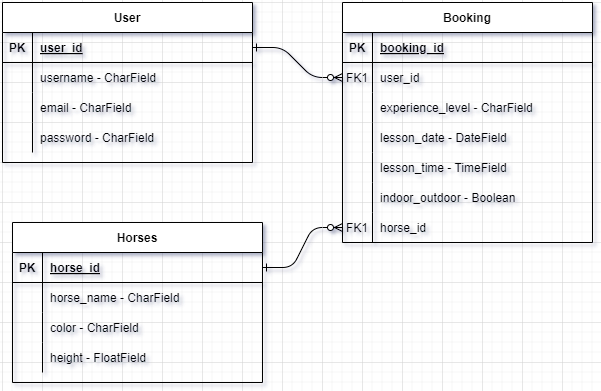
Before: documentation/images/PP4_ERD.png, a diagram exported from draw.io (Soro82/book-horse-riding-lesson). Source tidied: cells renumbered, new cells last; positions are measured from the earlier drawing's top-left corner, leaving out a move shared by most shapes. The source it was exported from:
```xml
<mxGraphModel>
  <root>
    <mxCell id="0" />
    <mxCell id="1" parent="0" />
    <mxCell id="2" style="edgeStyle=entityRelationEdgeStyle;endArrow=ERzeroToMany;startArrow=ERone;endFill=1;startFill=0;entryX=0;entryY=0.5;entryDx=0;entryDy=0;" parent="1" edge="1" source="26" target="7">
      <mxGeometry relative="1" as="geometry" />
    </mxCell>
    <mxCell id="3" value="Booking" style="shape=table;startSize=30;rowLines=0;fontStyle=1;align=center;" parent="1" vertex="1">
      <mxGeometry x="340" width="250" height="240" as="geometry" />
    </mxCell>
    <mxCell id="4" style="shape=partialRectangle;fillColor=none;top=0;left=0;right=0;bottom=1;" parent="3" vertex="1">
      <mxGeometry y="30" width="250" height="30" as="geometry" />
    </mxCell>
    <mxCell id="5" value="PK" style="shape=partialRectangle;overflow=hidden;fillColor=none;top=0;left=0;bottom=0;right=0;fontStyle=1;" parent="4" vertex="1">
      <mxGeometry width="30" height="30" as="geometry" />
    </mxCell>
    <mxCell id="6" value="booking_id" style="shape=partialRectangle;overflow=hidden;fillColor=none;top=0;left=0;bottom=0;right=0;align=left;spacingLeft=6;fontStyle=5;" parent="4" vertex="1">
      <mxGeometry x="30" width="220" height="30" as="geometry" />
    </mxCell>
    <mxCell id="7" style="shape=partialRectangle;fillColor=none;points=[[0,0.5],[1,0.5]];portConstraint=eastwest;top=0;left=0;right=0;bottom=0;" parent="3" vertex="1">
      <mxGeometry y="60" width="250" height="30" as="geometry" />
    </mxCell>
    <mxCell id="8" value="FK1" style="shape=partialRectangle;overflow=hidden;fillColor=none;top=0;left=0;bottom=0;right=0;" parent="7" vertex="1">
      <mxGeometry width="30" height="30" as="geometry" />
    </mxCell>
    <mxCell id="9" value="user_id" style="shape=partialRectangle;overflow=hidden;fillColor=none;top=0;left=0;bottom=0;right=0;align=left;spacingLeft=6;" parent="7" vertex="1">
      <mxGeometry x="30" width="220" height="30" as="geometry" />
    </mxCell>
    <mxCell id="10" style="shape=partialRectangle;fillColor=none;top=0;left=0;right=0;bottom=0;" parent="3" vertex="1">
      <mxGeometry y="90" width="250" height="30" as="geometry" />
    </mxCell>
    <mxCell id="11" style="shape=partialRectangle;overflow=hidden;fillColor=none;top=0;left=0;bottom=0;right=0;" parent="10" vertex="1">
      <mxGeometry width="30" height="30" as="geometry" />
    </mxCell>
    <mxCell id="12" value="experience_level - CharField" style="shape=partialRectangle;overflow=hidden;fillColor=none;top=0;left=0;bottom=0;right=0;align=left;spacingLeft=6;" parent="10" vertex="1">
      <mxGeometry x="30" width="220" height="30" as="geometry" />
    </mxCell>
    <mxCell id="13" style="shape=partialRectangle;fillColor=none;top=0;left=0;right=0;bottom=0;" parent="3" vertex="1">
      <mxGeometry y="120" width="250" height="30" as="geometry" />
    </mxCell>
    <mxCell id="14" style="shape=partialRectangle;overflow=hidden;fillColor=none;top=0;left=0;bottom=0;right=0;" parent="13" vertex="1">
      <mxGeometry width="30" height="30" as="geometry" />
    </mxCell>
    <mxCell id="15" value="lesson_date - DateField" style="shape=partialRectangle;overflow=hidden;fillColor=none;top=0;left=0;bottom=0;right=0;align=left;spacingLeft=6;" parent="13" vertex="1">
      <mxGeometry x="30" width="220" height="30" as="geometry" />
    </mxCell>
    <mxCell id="16" style="shape=partialRectangle;fillColor=none;top=0;left=0;right=0;bottom=0;" parent="3" vertex="1">
      <mxGeometry y="150" width="250" height="30" as="geometry" />
    </mxCell>
    <mxCell id="17" style="shape=partialRectangle;overflow=hidden;fillColor=none;top=0;left=0;bottom=0;right=0;" parent="16" vertex="1">
      <mxGeometry width="30" height="30" as="geometry" />
    </mxCell>
    <mxCell id="18" value="lesson_time - TimeField" style="shape=partialRectangle;overflow=hidden;fillColor=none;top=0;left=0;bottom=0;right=0;align=left;spacingLeft=6;" parent="16" vertex="1">
      <mxGeometry x="30" width="220" height="30" as="geometry" />
    </mxCell>
    <mxCell id="19" style="shape=partialRectangle;fillColor=none;top=0;left=0;right=0;bottom=0;" parent="3" vertex="1">
      <mxGeometry y="180" width="250" height="30" as="geometry" />
    </mxCell>
    <mxCell id="20" style="shape=partialRectangle;overflow=hidden;fillColor=none;top=0;left=0;bottom=0;right=0;" parent="19" vertex="1">
      <mxGeometry width="30" height="30" as="geometry" />
    </mxCell>
    <mxCell id="21" value="indoor_outdoor - Boolean" style="shape=partialRectangle;overflow=hidden;fillColor=none;top=0;left=0;bottom=0;right=0;align=left;spacingLeft=6;" parent="19" vertex="1">
      <mxGeometry x="30" width="220" height="30" as="geometry" />
    </mxCell>
    <mxCell id="22" style="shape=partialRectangle;fillColor=none;points=[[0,0.5],[1,0.5]];portConstraint=eastwest;top=0;left=0;right=0;bottom=0;" parent="3" vertex="1">
      <mxGeometry y="210" width="250" height="30" as="geometry" />
    </mxCell>
    <mxCell id="23" value="FK1" style="shape=partialRectangle;overflow=hidden;fillColor=none;top=0;left=0;bottom=0;right=0;" parent="22" vertex="1">
      <mxGeometry width="30" height="30" as="geometry" />
    </mxCell>
    <mxCell id="24" value="horse_id" style="shape=partialRectangle;overflow=hidden;fillColor=none;top=0;left=0;bottom=0;right=0;align=left;spacingLeft=6;" parent="22" vertex="1">
      <mxGeometry x="30" width="220" height="30" as="geometry" />
    </mxCell>
    <mxCell id="25" value="User" style="shape=table;startSize=30;rowLines=0;fontStyle=1;align=center;" parent="1" vertex="1">
      <mxGeometry width="250" height="160" as="geometry" />
    </mxCell>
    <mxCell id="26" style="shape=partialRectangle;fillColor=none;points=[[0,0.5],[1,0.5]];portConstraint=eastwest;top=0;left=0;right=0;bottom=1;" parent="25" vertex="1">
      <mxGeometry y="30" width="250" height="30" as="geometry" />
    </mxCell>
    <mxCell id="27" value="PK" style="shape=partialRectangle;overflow=hidden;fillColor=none;top=0;left=0;bottom=0;right=0;fontStyle=1;" parent="26" vertex="1">
      <mxGeometry width="30" height="30" as="geometry" />
    </mxCell>
    <mxCell id="28" value="user_id" style="shape=partialRectangle;overflow=hidden;fillColor=none;top=0;left=0;bottom=0;right=0;align=left;spacingLeft=6;fontStyle=5;" parent="26" vertex="1">
      <mxGeometry x="30" width="220" height="30" as="geometry" />
    </mxCell>
    <mxCell id="29" style="shape=partialRectangle;fillColor=none;top=0;left=0;right=0;bottom=0;" parent="25" vertex="1">
      <mxGeometry y="60" width="250" height="30" as="geometry" />
    </mxCell>
    <mxCell id="30" style="shape=partialRectangle;overflow=hidden;fillColor=none;top=0;left=0;bottom=0;right=0;" parent="29" vertex="1">
      <mxGeometry width="30" height="30" as="geometry" />
    </mxCell>
    <mxCell id="31" value="username - CharField" style="shape=partialRectangle;overflow=hidden;fillColor=none;top=0;left=0;bottom=0;right=0;align=left;spacingLeft=6;" parent="29" vertex="1">
      <mxGeometry x="30" width="220" height="30" as="geometry" />
    </mxCell>
    <mxCell id="32" style="shape=partialRectangle;fillColor=none;top=0;left=0;right=0;bottom=0;" parent="25" vertex="1">
      <mxGeometry y="90" width="250" height="30" as="geometry" />
    </mxCell>
    <mxCell id="33" style="shape=partialRectangle;overflow=hidden;fillColor=none;top=0;left=0;bottom=0;right=0;" parent="32" vertex="1">
      <mxGeometry width="30" height="30" as="geometry" />
    </mxCell>
    <mxCell id="34" value="email - CharField" style="shape=partialRectangle;overflow=hidden;fillColor=none;top=0;left=0;bottom=0;right=0;align=left;spacingLeft=6;" parent="32" vertex="1">
      <mxGeometry x="30" width="220" height="30" as="geometry" />
    </mxCell>
    <mxCell id="35" style="shape=partialRectangle;fillColor=none;top=0;left=0;right=0;bottom=0;" parent="25" vertex="1">
      <mxGeometry y="120" width="250" height="30" as="geometry" />
    </mxCell>
    <mxCell id="36" style="shape=partialRectangle;overflow=hidden;fillColor=none;top=0;left=0;bottom=0;right=0;" parent="35" vertex="1">
      <mxGeometry width="30" height="30" as="geometry" />
    </mxCell>
    <mxCell id="37" value="password - CharField" style="shape=partialRectangle;overflow=hidden;fillColor=none;top=0;left=0;bottom=0;right=0;align=left;spacingLeft=6;" parent="35" vertex="1">
      <mxGeometry x="30" width="220" height="30" as="geometry" />
    </mxCell>
    <mxCell id="38" value="Horses" style="shape=table;startSize=30;rowLines=0;fontStyle=1;align=center;" parent="1" vertex="1">
      <mxGeometry x="10" y="220" width="250" height="160" as="geometry" />
    </mxCell>
    <mxCell id="39" style="shape=partialRectangle;fillColor=none;points=[[0,0.5],[1,0.5]];portConstraint=eastwest;top=0;left=0;right=0;bottom=1;" parent="38" vertex="1">
      <mxGeometry y="30" width="250" height="30" as="geometry" />
    </mxCell>
    <mxCell id="40" value="PK" style="shape=partialRectangle;overflow=hidden;fillColor=none;top=0;left=0;bottom=0;right=0;fontStyle=1;" parent="39" vertex="1">
      <mxGeometry width="30" height="30" as="geometry" />
    </mxCell>
    <mxCell id="41" value="horse_id" style="shape=partialRectangle;overflow=hidden;fillColor=none;top=0;left=0;bottom=0;right=0;align=left;spacingLeft=6;fontStyle=5;" parent="39" vertex="1">
      <mxGeometry x="30" width="220" height="30" as="geometry" />
    </mxCell>
    <mxCell id="42" style="shape=partialRectangle;fillColor=none;top=0;left=0;right=0;bottom=0;" parent="38" vertex="1">
      <mxGeometry y="60" width="250" height="30" as="geometry" />
    </mxCell>
    <mxCell id="43" style="shape=partialRectangle;overflow=hidden;fillColor=none;top=0;left=0;bottom=0;right=0;" parent="42" vertex="1">
      <mxGeometry width="30" height="30" as="geometry" />
    </mxCell>
    <mxCell id="44" value="horse_name - CharField" style="shape=partialRectangle;overflow=hidden;fillColor=none;top=0;left=0;bottom=0;right=0;align=left;spacingLeft=6;" parent="42" vertex="1">
      <mxGeometry x="30" width="220" height="30" as="geometry" />
    </mxCell>
    <mxCell id="45" style="shape=partialRectangle;fillColor=none;top=0;left=0;right=0;bottom=0;" parent="38" vertex="1">
      <mxGeometry y="90" width="250" height="30" as="geometry" />
    </mxCell>
    <mxCell id="46" style="shape=partialRectangle;overflow=hidden;fillColor=none;top=0;left=0;bottom=0;right=0;" parent="45" vertex="1">
      <mxGeometry width="30" height="30" as="geometry" />
    </mxCell>
    <mxCell id="47" value="color - CharField" style="shape=partialRectangle;overflow=hidden;fillColor=none;top=0;left=0;bottom=0;right=0;align=left;spacingLeft=6;" parent="45" vertex="1">
      <mxGeometry x="30" width="220" height="30" as="geometry" />
    </mxCell>
    <mxCell id="48" style="shape=partialRectangle;fillColor=none;top=0;left=0;right=0;bottom=0;" parent="38" vertex="1">
      <mxGeometry y="120" width="250" height="30" as="geometry" />
    </mxCell>
    <mxCell id="49" style="shape=partialRectangle;overflow=hidden;fillColor=none;top=0;left=0;bottom=0;right=0;" parent="48" vertex="1">
      <mxGeometry width="30" height="30" as="geometry" />
    </mxCell>
    <mxCell id="50" value="height - FloatField" style="shape=partialRectangle;overflow=hidden;fillColor=none;top=0;left=0;bottom=0;right=0;align=left;spacingLeft=6;" parent="48" vertex="1">
      <mxGeometry x="30" width="220" height="30" as="geometry" />
    </mxCell>
    <mxCell id="51" style="edgeStyle=entityRelationEdgeStyle;endArrow=ERzeroToMany;startArrow=ERone;endFill=1;startFill=0;entryX=0;entryY=0.5;entryDx=0;entryDy=0;exitX=1;exitY=0.5;exitDx=0;exitDy=0;" parent="1" edge="1" source="39" target="22">
      <mxGeometry relative="1" as="geometry">
        <Array as="points">
          <mxPoint x="290" y="385" />
        </Array>
      </mxGeometry>
    </mxCell>
  </root>
</mxGraphModel>
```
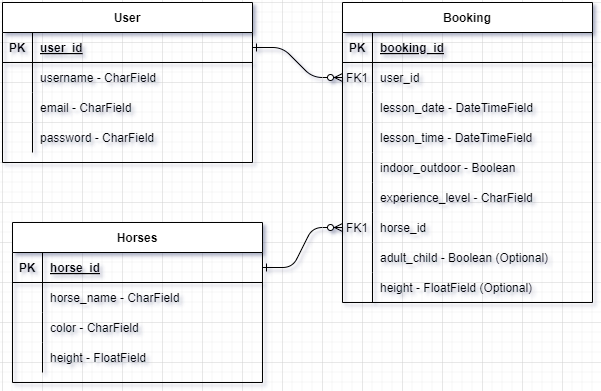
The same diagram one commit later.

Change to the diagram source:
```diff
@@ -6,7 +6,7 @@
       <mxGeometry relative="1" as="geometry" />
     </mxCell>
     <mxCell id="3" value="Booking" style="shape=table;startSize=30;rowLines=0;fontStyle=1;align=center;" parent="1" vertex="1">
-      <mxGeometry x="340" width="250" height="240" as="geometry" />
+      <mxGeometry x="340" width="250" height="300" as="geometry" />
     </mxCell>
     <mxCell id="4" style="shape=partialRectangle;fillColor=none;top=0;left=0;right=0;bottom=1;" parent="3" vertex="1">
       <mxGeometry y="30" width="250" height="30" as="geometry" />
@@ -32,7 +32,7 @@
     <mxCell id="11" style="shape=partialRectangle;overflow=hidden;fillColor=none;top=0;left=0;bottom=0;right=0;" parent="10" vertex="1">
       <mxGeometry width="30" height="30" as="geometry" />
     </mxCell>
-    <mxCell id="12" value="experience_level - CharField" style="shape=partialRectangle;overflow=hidden;fillColor=none;top=0;left=0;bottom=0;right=0;align=left;spacingLeft=6;" parent="10" vertex="1">
+    <mxCell id="12" value="lesson_date - DateTimeField" style="shape=partialRectangle;overflow=hidden;fillColor=none;top=0;left=0;bottom=0;right=0;align=left;spacingLeft=6;" parent="10" vertex="1">
       <mxGeometry x="30" width="220" height="30" as="geometry" />
     </mxCell>
     <mxCell id="13" style="shape=partialRectangle;fillColor=none;top=0;left=0;right=0;bottom=0;" parent="3" vertex="1">
@@ -41,7 +41,7 @@
     <mxCell id="14" style="shape=partialRectangle;overflow=hidden;fillColor=none;top=0;left=0;bottom=0;right=0;" parent="13" vertex="1">
       <mxGeometry width="30" height="30" as="geometry" />
     </mxCell>
-    <mxCell id="15" value="lesson_date - DateField" style="shape=partialRectangle;overflow=hidden;fillColor=none;top=0;left=0;bottom=0;right=0;align=left;spacingLeft=6;" parent="13" vertex="1">
+    <mxCell id="15" value="lesson_time - DateTimeField" style="shape=partialRectangle;overflow=hidden;fillColor=none;top=0;left=0;bottom=0;right=0;align=left;spacingLeft=6;" parent="13" vertex="1">
       <mxGeometry x="30" width="220" height="30" as="geometry" />
     </mxCell>
     <mxCell id="16" style="shape=partialRectangle;fillColor=none;top=0;left=0;right=0;bottom=0;" parent="3" vertex="1">
@@ -50,7 +50,7 @@
     <mxCell id="17" style="shape=partialRectangle;overflow=hidden;fillColor=none;top=0;left=0;bottom=0;right=0;" parent="16" vertex="1">
       <mxGeometry width="30" height="30" as="geometry" />
     </mxCell>
-    <mxCell id="18" value="lesson_time - TimeField" style="shape=partialRectangle;overflow=hidden;fillColor=none;top=0;left=0;bottom=0;right=0;align=left;spacingLeft=6;" parent="16" vertex="1">
+    <mxCell id="18" value="indoor_outdoor - Boolean" style="shape=partialRectangle;overflow=hidden;fillColor=none;top=0;left=0;bottom=0;right=0;align=left;spacingLeft=6;" parent="16" vertex="1">
       <mxGeometry x="30" width="220" height="30" as="geometry" />
     </mxCell>
     <mxCell id="19" style="shape=partialRectangle;fillColor=none;top=0;left=0;right=0;bottom=0;" parent="3" vertex="1">
@@ -59,7 +59,7 @@
     <mxCell id="20" style="shape=partialRectangle;overflow=hidden;fillColor=none;top=0;left=0;bottom=0;right=0;" parent="19" vertex="1">
       <mxGeometry width="30" height="30" as="geometry" />
     </mxCell>
-    <mxCell id="21" value="indoor_outdoor - Boolean" style="shape=partialRectangle;overflow=hidden;fillColor=none;top=0;left=0;bottom=0;right=0;align=left;spacingLeft=6;" parent="19" vertex="1">
+    <mxCell id="21" value="experience_level - CharField" style="shape=partialRectangle;overflow=hidden;fillColor=none;top=0;left=0;bottom=0;right=0;align=left;spacingLeft=6;" parent="19" vertex="1">
       <mxGeometry x="30" width="220" height="30" as="geometry" />
     </mxCell>
     <mxCell id="22" style="shape=partialRectangle;fillColor=none;points=[[0,0.5],[1,0.5]];portConstraint=eastwest;top=0;left=0;right=0;bottom=0;" parent="3" vertex="1">
@@ -71,6 +71,24 @@
     <mxCell id="24" value="horse_id" style="shape=partialRectangle;overflow=hidden;fillColor=none;top=0;left=0;bottom=0;right=0;align=left;spacingLeft=6;" parent="22" vertex="1">
       <mxGeometry x="30" width="220" height="30" as="geometry" />
     </mxCell>
+    <mxCell id="52" style="shape=partialRectangle;fillColor=none;top=0;left=0;right=0;bottom=0;" parent="3" vertex="1">
+      <mxGeometry y="240" width="250" height="30" as="geometry" />
+    </mxCell>
+    <mxCell id="53" style="shape=partialRectangle;overflow=hidden;fillColor=none;top=0;left=0;bottom=0;right=0;" parent="52" vertex="1">
+      <mxGeometry width="30" height="30" as="geometry" />
+    </mxCell>
+    <mxCell id="54" value="adult_child - Boolean (Optional)" style="shape=partialRectangle;overflow=hidden;fillColor=none;top=0;left=0;bottom=0;right=0;align=left;spacingLeft=6;" parent="52" vertex="1">
+      <mxGeometry x="30" width="220" height="30" as="geometry" />
+    </mxCell>
+    <mxCell id="55" style="shape=partialRectangle;fillColor=none;top=0;left=0;right=0;bottom=0;" parent="3" vertex="1">
+      <mxGeometry y="270" width="250" height="30" as="geometry" />
+    </mxCell>
+    <mxCell id="56" style="shape=partialRectangle;overflow=hidden;fillColor=none;top=0;left=0;bottom=0;right=0;" parent="55" vertex="1">
+      <mxGeometry width="30" height="30" as="geometry" />
+    </mxCell>
+    <mxCell id="57" value="height - FloatField (Optional)" style="shape=partialRectangle;overflow=hidden;fillColor=none;top=0;left=0;bottom=0;right=0;align=left;spacingLeft=6;" parent="55" vertex="1">
+      <mxGeometry x="30" width="220" height="30" as="geometry" />
+    </mxCell>
     <mxCell id="25" value="User" style="shape=table;startSize=30;rowLines=0;fontStyle=1;align=center;" parent="1" vertex="1">
       <mxGeometry width="250" height="160" as="geometry" />
     </mxCell>
```
